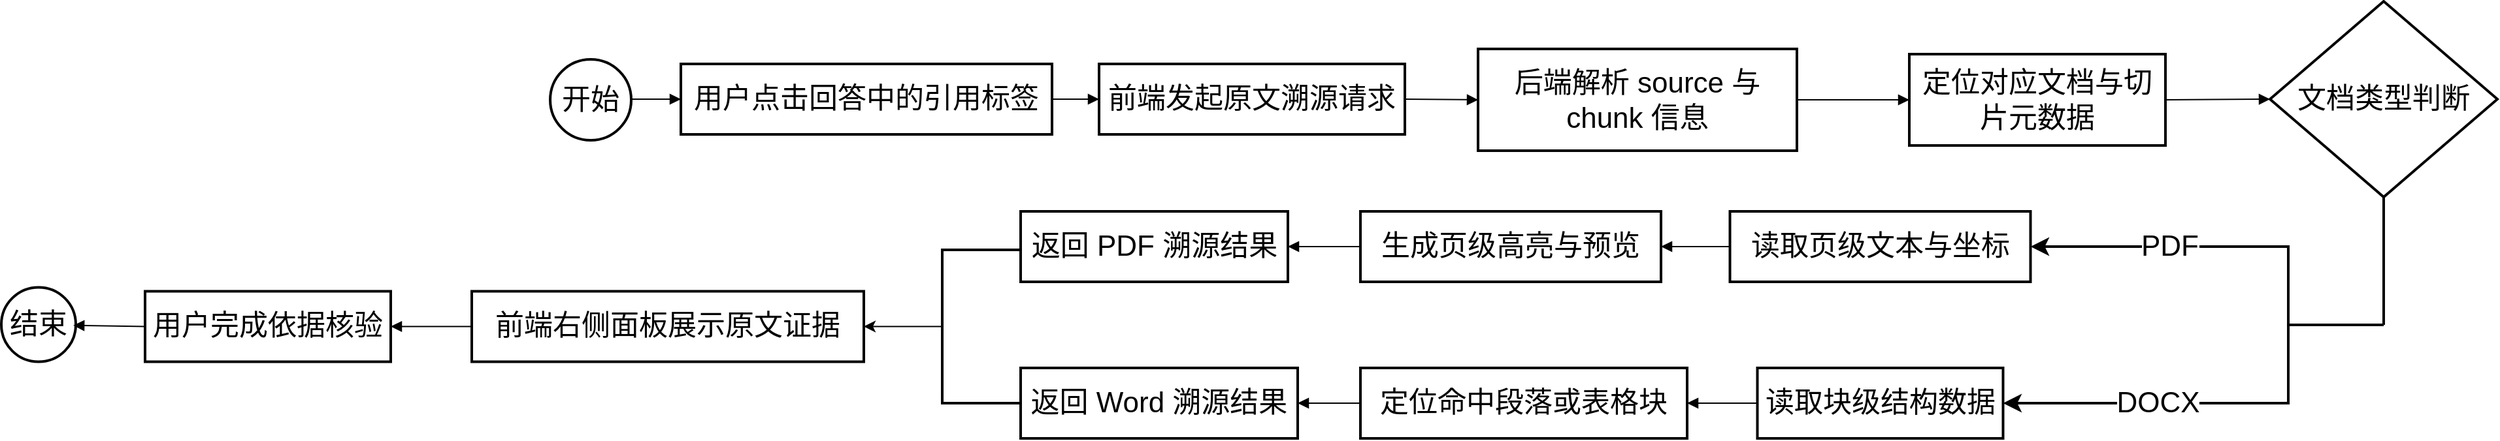
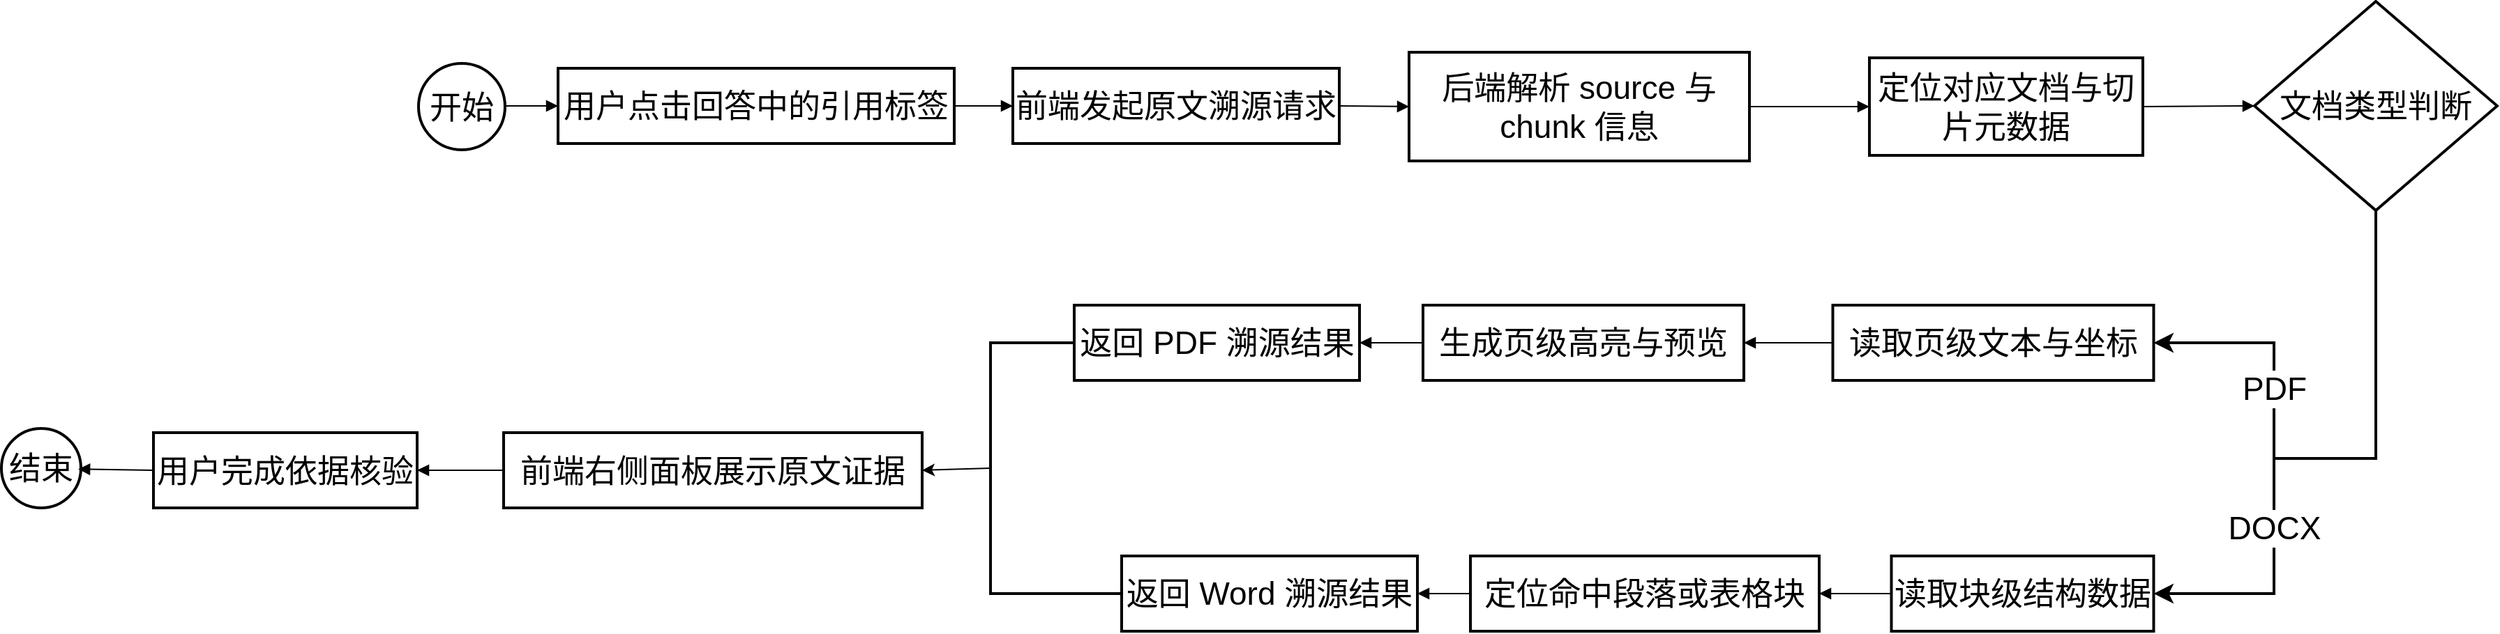
<mxfile host="app.diagrams.net">
  <diagram name="第 1 页" id="R4FDS2qancBsaZZJmabc">
-     <mxGraphModel dx="2809" dy="1160" grid="1" gridSize="10" guides="1" tooltips="1" connect="1" arrows="1" fold="1" page="0" pageScale="1" pageWidth="827" pageHeight="1169" math="0" shadow="0">
+     <mxGraphModel dx="1376" dy="1159" grid="1" gridSize="10" guides="1" tooltips="1" connect="1" arrows="1" fold="1" page="0" pageScale="1" pageWidth="827" pageHeight="1169" math="0" shadow="0">
      <root>
        <mxCell id="0" />
        <mxCell id="1" parent="0" />
-         <mxCell id="LvuW3N7PDDmZqe9PuWqL-3" parent="1" style="ellipse;aspect=fixed;strokeWidth=2;whiteSpace=wrap;fontSize=22;strokeColor=default;" value="开始" vertex="1">
+         <mxCell id="LvuW3N7PDDmZqe9PuWqL-3" parent="1" style="ellipse;aspect=fixed;strokeWidth=2;whiteSpace=wrap;fontSize=23;strokeColor=default;" value="开始" vertex="1">
          <mxGeometry height="62" width="62" x="10" y="116.5" as="geometry" />
        </mxCell>
-         <mxCell id="LvuW3N7PDDmZqe9PuWqL-4" parent="1" style="whiteSpace=wrap;strokeWidth=2;fontSize=22;strokeColor=default;" value="用户点击回答中的引用标签" vertex="1">
+         <mxCell id="LvuW3N7PDDmZqe9PuWqL-4" parent="1" style="whiteSpace=wrap;strokeWidth=2;fontSize=23;strokeColor=default;" value="用户点击回答中的引用标签" vertex="1">
          <mxGeometry height="54" width="284" x="110" y="120" as="geometry" />
        </mxCell>
-         <mxCell id="LvuW3N7PDDmZqe9PuWqL-5" parent="1" style="whiteSpace=wrap;strokeWidth=2;fontSize=22;strokeColor=default;" value="前端发起原文溯源请求" vertex="1">
-           <mxGeometry height="54" width="234" x="430" y="120" as="geometry" />
+         <mxCell id="LvuW3N7PDDmZqe9PuWqL-5" parent="1" style="whiteSpace=wrap;strokeWidth=2;fontSize=23;strokeColor=default;" value="前端发起原文溯源请求" vertex="1">
+           <mxGeometry height="54" width="234" x="436" y="120" as="geometry" />
        </mxCell>
-         <mxCell id="LvuW3N7PDDmZqe9PuWqL-6" parent="1" style="whiteSpace=wrap;strokeWidth=2;fontSize=22;strokeColor=default;" value="后端解析 source 与 chunk 信息" vertex="1">
+         <mxCell id="LvuW3N7PDDmZqe9PuWqL-6" parent="1" style="whiteSpace=wrap;strokeWidth=2;fontSize=23;strokeColor=default;" value="后端解析 source 与 chunk 信息" vertex="1">
          <mxGeometry height="78" width="244" x="720" y="108.5" as="geometry" />
        </mxCell>
-         <mxCell id="LvuW3N7PDDmZqe9PuWqL-7" parent="1" style="whiteSpace=wrap;strokeWidth=2;fontSize=22;strokeColor=default;" value="定位对应文档与切片元数据" vertex="1">
+         <mxCell id="LvuW3N7PDDmZqe9PuWqL-7" parent="1" style="whiteSpace=wrap;strokeWidth=2;fontSize=23;strokeColor=default;" value="定位对应文档与切片元数据" vertex="1">
          <mxGeometry height="70" width="196" x="1050" y="112.5" as="geometry" />
        </mxCell>
-         <mxCell id="LvuW3N7PDDmZqe9PuWqL-8" parent="1" style="rhombus;strokeWidth=2;whiteSpace=wrap;fontSize=22;strokeColor=default;" value="文档类型判断" vertex="1">
+         <mxCell id="LvuW3N7PDDmZqe9PuWqL-8" parent="1" style="rhombus;strokeWidth=2;whiteSpace=wrap;fontSize=23;strokeColor=default;" value="文档类型判断" vertex="1">
          <mxGeometry height="150" width="174" x="1326" y="72" as="geometry" />
        </mxCell>
-         <mxCell id="LvuW3N7PDDmZqe9PuWqL-9" parent="1" style="whiteSpace=wrap;strokeWidth=2;fontSize=22;strokeColor=default;" value="读取页级文本与坐标" vertex="1">
-           <mxGeometry height="54" width="230" x="912.75" y="233" as="geometry" />
+         <mxCell id="LvuW3N7PDDmZqe9PuWqL-9" parent="1" style="whiteSpace=wrap;strokeWidth=2;fontSize=23;strokeColor=default;" value="读取页级文本与坐标" vertex="1">
+           <mxGeometry height="54" width="230" x="1023.75" y="290" as="geometry" />
        </mxCell>
-         <mxCell id="LvuW3N7PDDmZqe9PuWqL-10" parent="1" style="whiteSpace=wrap;strokeWidth=2;fontSize=22;strokeColor=default;" value="读取块级结构数据" vertex="1">
-           <mxGeometry height="54" width="188" x="933.75" y="353" as="geometry" />
+         <mxCell id="LvuW3N7PDDmZqe9PuWqL-10" parent="1" style="whiteSpace=wrap;strokeWidth=2;fontSize=23;strokeColor=default;" value="读取块级结构数据" vertex="1">
+           <mxGeometry height="54" width="188" x="1065.75" y="470" as="geometry" />
        </mxCell>
-         <mxCell id="LvuW3N7PDDmZqe9PuWqL-11" parent="1" style="whiteSpace=wrap;strokeWidth=2;fontSize=22;strokeColor=default;" value="生成页级高亮与预览" vertex="1">
-           <mxGeometry height="54" width="230" x="630" y="233" as="geometry" />
+         <mxCell id="LvuW3N7PDDmZqe9PuWqL-11" parent="1" style="whiteSpace=wrap;strokeWidth=2;fontSize=23;strokeColor=default;" value="生成页级高亮与预览" vertex="1">
+           <mxGeometry height="54" width="230" x="730" y="290" as="geometry" />
        </mxCell>
-         <mxCell id="LvuW3N7PDDmZqe9PuWqL-12" parent="1" style="whiteSpace=wrap;strokeWidth=2;fontSize=22;strokeColor=default;" value="返回 PDF 溯源结果" vertex="1">
-           <mxGeometry height="54" width="204.5" x="370" y="233" as="geometry" />
+         <mxCell id="LvuW3N7PDDmZqe9PuWqL-12" parent="1" style="whiteSpace=wrap;strokeWidth=2;fontSize=23;strokeColor=default;" value="返回 PDF 溯源结果" vertex="1">
+           <mxGeometry height="54" width="204.5" x="480" y="290" as="geometry" />
        </mxCell>
-         <mxCell id="LvuW3N7PDDmZqe9PuWqL-13" parent="1" style="whiteSpace=wrap;strokeWidth=2;fontSize=22;strokeColor=default;" value="定位命中段落或表格块" vertex="1">
-           <mxGeometry height="54" width="250" x="630" y="353" as="geometry" />
+         <mxCell id="LvuW3N7PDDmZqe9PuWqL-13" parent="1" style="whiteSpace=wrap;strokeWidth=2;fontSize=23;strokeColor=default;" value="定位命中段落或表格块" vertex="1">
+           <mxGeometry height="54" width="250" x="764" y="470" as="geometry" />
        </mxCell>
-         <mxCell id="LvuW3N7PDDmZqe9PuWqL-14" parent="1" style="whiteSpace=wrap;strokeWidth=2;fontSize=22;strokeColor=default;" value="返回 Word 溯源结果" vertex="1">
-           <mxGeometry height="54" width="212" x="370" y="353" as="geometry" />
+         <mxCell id="LvuW3N7PDDmZqe9PuWqL-14" parent="1" style="whiteSpace=wrap;strokeWidth=2;fontSize=23;strokeColor=default;" value="返回 Word 溯源结果" vertex="1">
+           <mxGeometry height="54" width="212" x="514" y="470" as="geometry" />
        </mxCell>
-         <mxCell id="LvuW3N7PDDmZqe9PuWqL-15" parent="1" style="whiteSpace=wrap;strokeWidth=2;fontSize=22;strokeColor=default;" value="前端右侧面板展示原文证据" vertex="1">
-           <mxGeometry height="54" width="300" x="-50" y="294.25" as="geometry" />
+         <mxCell id="LvuW3N7PDDmZqe9PuWqL-15" parent="1" style="whiteSpace=wrap;strokeWidth=2;fontSize=23;strokeColor=default;" value="前端右侧面板展示原文证据" vertex="1">
+           <mxGeometry height="54" width="300" x="71" y="381.5" as="geometry" />
        </mxCell>
-         <mxCell id="LvuW3N7PDDmZqe9PuWqL-16" parent="1" style="whiteSpace=wrap;strokeWidth=2;fontSize=22;strokeColor=default;" value="用户完成依据核验" vertex="1">
-           <mxGeometry height="54" width="188" x="-300" y="294.25" as="geometry" />
+         <mxCell id="LvuW3N7PDDmZqe9PuWqL-16" parent="1" style="whiteSpace=wrap;strokeWidth=2;fontSize=23;strokeColor=default;" value="用户完成依据核验" vertex="1">
+           <mxGeometry height="54" width="189" x="-180" y="381.5" as="geometry" />
        </mxCell>
-         <mxCell id="LvuW3N7PDDmZqe9PuWqL-17" parent="1" style="ellipse;aspect=fixed;strokeWidth=2;whiteSpace=wrap;fontSize=22;strokeColor=default;" value="结束" vertex="1">
-           <mxGeometry height="57" width="57" x="-410" y="291.25" as="geometry" />
+         <mxCell id="LvuW3N7PDDmZqe9PuWqL-17" parent="1" style="ellipse;aspect=fixed;strokeWidth=2;whiteSpace=wrap;fontSize=23;strokeColor=default;" value="结束" vertex="1">
+           <mxGeometry height="57" width="57" x="-289" y="378.5" as="geometry" />
        </mxCell>
-         <mxCell id="LvuW3N7PDDmZqe9PuWqL-18" edge="1" parent="1" source="LvuW3N7PDDmZqe9PuWqL-3" style="curved=1;startArrow=none;endArrow=block;exitX=1;exitY=0.49;entryX=0;entryY=0.5;rounded=0;fontSize=22;strokeColor=default;" target="LvuW3N7PDDmZqe9PuWqL-4" value="">
+         <mxCell id="LvuW3N7PDDmZqe9PuWqL-18" edge="1" parent="1" source="LvuW3N7PDDmZqe9PuWqL-3" style="curved=1;startArrow=none;endArrow=block;exitX=1;exitY=0.49;entryX=0;entryY=0.5;rounded=0;fontSize=23;strokeColor=default;" target="LvuW3N7PDDmZqe9PuWqL-4" value="">
          <mxGeometry relative="1" as="geometry">
            <Array as="points" />
          </mxGeometry>
        </mxCell>
-         <mxCell id="LvuW3N7PDDmZqe9PuWqL-19" edge="1" parent="1" source="LvuW3N7PDDmZqe9PuWqL-4" style="curved=1;startArrow=none;endArrow=block;exitX=1;exitY=0.5;entryX=0;entryY=0.5;rounded=0;fontSize=22;strokeColor=default;" target="LvuW3N7PDDmZqe9PuWqL-5" value="">
+         <mxCell id="LvuW3N7PDDmZqe9PuWqL-19" edge="1" parent="1" source="LvuW3N7PDDmZqe9PuWqL-4" style="curved=1;startArrow=none;endArrow=block;exitX=1;exitY=0.5;entryX=0;entryY=0.5;rounded=0;fontSize=23;strokeColor=default;" target="LvuW3N7PDDmZqe9PuWqL-5" value="">
          <mxGeometry relative="1" as="geometry">
            <Array as="points" />
          </mxGeometry>
        </mxCell>
-         <mxCell id="LvuW3N7PDDmZqe9PuWqL-20" edge="1" parent="1" source="LvuW3N7PDDmZqe9PuWqL-5" style="curved=1;startArrow=none;endArrow=block;exitX=1;exitY=0.5;entryX=0;entryY=0.5;rounded=0;fontSize=22;strokeColor=default;" target="LvuW3N7PDDmZqe9PuWqL-6" value="">
+         <mxCell id="LvuW3N7PDDmZqe9PuWqL-20" edge="1" parent="1" source="LvuW3N7PDDmZqe9PuWqL-5" style="curved=1;startArrow=none;endArrow=block;exitX=1;exitY=0.5;entryX=0;entryY=0.5;rounded=0;fontSize=23;strokeColor=default;" target="LvuW3N7PDDmZqe9PuWqL-6" value="">
          <mxGeometry relative="1" as="geometry">
            <Array as="points" />
          </mxGeometry>
        </mxCell>
-         <mxCell id="LvuW3N7PDDmZqe9PuWqL-21" edge="1" parent="1" source="LvuW3N7PDDmZqe9PuWqL-6" style="curved=1;startArrow=none;endArrow=block;exitX=1;exitY=0.5;entryX=0;entryY=0.5;rounded=0;fontSize=22;strokeColor=default;" target="LvuW3N7PDDmZqe9PuWqL-7" value="">
+         <mxCell id="LvuW3N7PDDmZqe9PuWqL-21" edge="1" parent="1" source="LvuW3N7PDDmZqe9PuWqL-6" style="curved=1;startArrow=none;endArrow=block;exitX=1;exitY=0.5;entryX=0;entryY=0.5;rounded=0;fontSize=23;strokeColor=default;" target="LvuW3N7PDDmZqe9PuWqL-7" value="">
          <mxGeometry relative="1" as="geometry">
            <Array as="points" />
          </mxGeometry>
        </mxCell>
-         <mxCell id="LvuW3N7PDDmZqe9PuWqL-22" edge="1" parent="1" source="LvuW3N7PDDmZqe9PuWqL-7" style="curved=1;startArrow=none;endArrow=block;exitX=1;exitY=0.5;entryX=0;entryY=0.5;rounded=0;fontSize=22;strokeColor=default;" target="LvuW3N7PDDmZqe9PuWqL-8" value="">
+         <mxCell id="LvuW3N7PDDmZqe9PuWqL-22" edge="1" parent="1" source="LvuW3N7PDDmZqe9PuWqL-7" style="curved=1;startArrow=none;endArrow=block;exitX=1;exitY=0.5;entryX=0;entryY=0.5;rounded=0;fontSize=23;strokeColor=default;" target="LvuW3N7PDDmZqe9PuWqL-8" value="">
          <mxGeometry relative="1" as="geometry">
            <Array as="points" />
          </mxGeometry>
        </mxCell>
-         <mxCell id="LvuW3N7PDDmZqe9PuWqL-25" edge="1" parent="1" source="LvuW3N7PDDmZqe9PuWqL-9" style="curved=1;startArrow=none;endArrow=block;exitX=0;exitY=0.5;rounded=0;fontSize=22;strokeColor=default;exitDx=0;exitDy=0;entryX=1;entryY=0.5;entryDx=0;entryDy=0;" target="LvuW3N7PDDmZqe9PuWqL-11" value="">
+         <mxCell id="LvuW3N7PDDmZqe9PuWqL-25" edge="1" parent="1" source="LvuW3N7PDDmZqe9PuWqL-9" style="curved=1;startArrow=none;endArrow=block;exitX=0;exitY=0.5;rounded=0;fontSize=23;strokeColor=default;exitDx=0;exitDy=0;entryX=1;entryY=0.5;entryDx=0;entryDy=0;" target="LvuW3N7PDDmZqe9PuWqL-11" value="">
          <mxGeometry relative="1" as="geometry">
            <Array as="points" />
          </mxGeometry>
        </mxCell>
-         <mxCell id="LvuW3N7PDDmZqe9PuWqL-26" edge="1" parent="1" source="LvuW3N7PDDmZqe9PuWqL-11" style="curved=1;startArrow=none;endArrow=block;exitX=0;exitY=0.5;entryX=1;entryY=0.5;rounded=0;fontSize=22;strokeColor=default;exitDx=0;exitDy=0;entryDx=0;entryDy=0;" target="LvuW3N7PDDmZqe9PuWqL-12" value="">
+         <mxCell id="LvuW3N7PDDmZqe9PuWqL-26" edge="1" parent="1" source="LvuW3N7PDDmZqe9PuWqL-11" style="curved=1;startArrow=none;endArrow=block;exitX=0;exitY=0.5;entryX=1;entryY=0.5;rounded=0;fontSize=23;strokeColor=default;exitDx=0;exitDy=0;entryDx=0;entryDy=0;" target="LvuW3N7PDDmZqe9PuWqL-12" value="">
          <mxGeometry relative="1" as="geometry">
            <Array as="points" />
          </mxGeometry>
        </mxCell>
-         <mxCell id="LvuW3N7PDDmZqe9PuWqL-27" edge="1" parent="1" source="LvuW3N7PDDmZqe9PuWqL-10" style="curved=1;startArrow=none;endArrow=block;exitX=0;exitY=0.5;entryX=1;entryY=0.5;rounded=0;fontSize=22;strokeColor=default;exitDx=0;exitDy=0;entryDx=0;entryDy=0;" target="LvuW3N7PDDmZqe9PuWqL-13" value="">
+         <mxCell id="LvuW3N7PDDmZqe9PuWqL-27" edge="1" parent="1" source="LvuW3N7PDDmZqe9PuWqL-10" style="curved=1;startArrow=none;endArrow=block;exitX=0;exitY=0.5;entryX=1;entryY=0.5;rounded=0;fontSize=23;strokeColor=default;exitDx=0;exitDy=0;entryDx=0;entryDy=0;" target="LvuW3N7PDDmZqe9PuWqL-13" value="">
          <mxGeometry relative="1" as="geometry">
            <Array as="points" />
          </mxGeometry>
        </mxCell>
-         <mxCell id="LvuW3N7PDDmZqe9PuWqL-28" edge="1" parent="1" source="LvuW3N7PDDmZqe9PuWqL-13" style="curved=1;startArrow=none;endArrow=block;exitX=0;exitY=0.5;entryX=1;entryY=0.5;rounded=0;fontSize=22;strokeColor=default;exitDx=0;exitDy=0;entryDx=0;entryDy=0;" target="LvuW3N7PDDmZqe9PuWqL-14" value="">
+         <mxCell id="LvuW3N7PDDmZqe9PuWqL-28" edge="1" parent="1" source="LvuW3N7PDDmZqe9PuWqL-13" style="curved=1;startArrow=none;endArrow=block;exitX=0;exitY=0.5;entryX=1;entryY=0.5;rounded=0;fontSize=23;strokeColor=default;exitDx=0;exitDy=0;entryDx=0;entryDy=0;" target="LvuW3N7PDDmZqe9PuWqL-14" value="">
          <mxGeometry relative="1" as="geometry">
            <Array as="points" />
          </mxGeometry>
        </mxCell>
-         <mxCell id="LvuW3N7PDDmZqe9PuWqL-31" edge="1" parent="1" source="LvuW3N7PDDmZqe9PuWqL-15" style="curved=1;startArrow=none;endArrow=block;exitX=0;exitY=0.5;rounded=0;fontSize=22;strokeColor=default;exitDx=0;exitDy=0;entryX=1;entryY=0.5;entryDx=0;entryDy=0;" target="LvuW3N7PDDmZqe9PuWqL-16" value="">
+         <mxCell id="LvuW3N7PDDmZqe9PuWqL-31" edge="1" parent="1" source="LvuW3N7PDDmZqe9PuWqL-15" style="curved=1;startArrow=none;endArrow=block;exitX=0;exitY=0.5;rounded=0;fontSize=23;strokeColor=default;exitDx=0;exitDy=0;entryX=1;entryY=0.5;entryDx=0;entryDy=0;" target="LvuW3N7PDDmZqe9PuWqL-16" value="">
          <mxGeometry relative="1" as="geometry">
            <Array as="points" />
-             <mxPoint x="-470" y="307" as="targetPoint" />
+             <mxPoint x="-349" y="394.25" as="targetPoint" />
          </mxGeometry>
        </mxCell>
-         <mxCell id="LvuW3N7PDDmZqe9PuWqL-32" edge="1" parent="1" source="LvuW3N7PDDmZqe9PuWqL-16" style="curved=1;startArrow=none;endArrow=block;exitX=0;exitY=0.5;rounded=0;fontSize=22;strokeColor=default;exitDx=0;exitDy=0;entryX=0.966;entryY=0.512;entryDx=0;entryDy=0;entryPerimeter=0;" target="LvuW3N7PDDmZqe9PuWqL-17" value="">
+         <mxCell id="LvuW3N7PDDmZqe9PuWqL-32" edge="1" parent="1" source="LvuW3N7PDDmZqe9PuWqL-16" style="curved=1;startArrow=none;endArrow=block;exitX=0;exitY=0.5;rounded=0;fontSize=23;strokeColor=default;exitDx=0;exitDy=0;entryX=0.966;entryY=0.512;entryDx=0;entryDy=0;entryPerimeter=0;" target="LvuW3N7PDDmZqe9PuWqL-17" value="">
          <mxGeometry relative="1" as="geometry">
            <Array as="points" />
-             <mxPoint x="-610" y="314" as="targetPoint" />
+             <mxPoint x="-489" y="401.25" as="targetPoint" />
          </mxGeometry>
        </mxCell>
-         <mxCell id="LvuW3N7PDDmZqe9PuWqL-42" parent="1" style="strokeWidth=2;html=1;shape=mxgraph.flowchart.annotation_1;align=left;pointerEvents=1;direction=east;" value="" vertex="1">
-           <mxGeometry height="117.5" width="60" x="310" y="262.5" as="geometry" />
+         <mxCell id="LvuW3N7PDDmZqe9PuWqL-42" parent="1" style="strokeWidth=2;html=1;shape=mxgraph.flowchart.annotation_1;align=left;pointerEvents=1;direction=east;fontSize=23;" value="" vertex="1">
+           <mxGeometry height="180" width="60" x="420" y="317" as="geometry" />
        </mxCell>
-         <mxCell id="LvuW3N7PDDmZqe9PuWqL-44" edge="1" parent="1" source="LvuW3N7PDDmZqe9PuWqL-42" style="endArrow=classic;html=1;rounded=0;exitX=0;exitY=0.5;exitDx=0;exitDy=0;exitPerimeter=0;entryX=1;entryY=0.5;entryDx=0;entryDy=0;" target="LvuW3N7PDDmZqe9PuWqL-15" value="">
+         <mxCell id="LvuW3N7PDDmZqe9PuWqL-44" edge="1" parent="1" source="LvuW3N7PDDmZqe9PuWqL-42" style="endArrow=classic;html=1;rounded=0;exitX=0;exitY=0.5;exitDx=0;exitDy=0;exitPerimeter=0;entryX=1;entryY=0.5;entryDx=0;entryDy=0;fontSize=23;" target="LvuW3N7PDDmZqe9PuWqL-15" value="">
          <mxGeometry height="50" relative="1" width="50" as="geometry">
            <Array as="points" />
-             <mxPoint x="1429" y="644" as="sourcePoint" />
-             <mxPoint x="1460" y="690" as="targetPoint" />
+             <mxPoint x="1499" y="701" as="sourcePoint" />
+             <mxPoint x="1530" y="747" as="targetPoint" />
          </mxGeometry>
        </mxCell>
-         <mxCell id="LvuW3N7PDDmZqe9PuWqL-47" parent="1" style="line;strokeWidth=2;direction=south;html=1;" value="" vertex="1">
+         <mxCell id="LvuW3N7PDDmZqe9PuWqL-47" parent="1" style="line;strokeWidth=2;direction=south;html=1;fontSize=23;" value="" vertex="1">
          <mxGeometry height="98" width="10" x="1408" y="222" as="geometry" />
        </mxCell>
-         <mxCell id="LvuW3N7PDDmZqe9PuWqL-48" edge="1" parent="1" source="LvuW3N7PDDmZqe9PuWqL-47" style="edgeStyle=segmentEdgeStyle;endArrow=classic;html=1;curved=0;rounded=0;endSize=8;startSize=8;exitX=1;exitY=0.5;exitDx=0;exitDy=0;exitPerimeter=0;strokeWidth=2;entryX=1;entryY=0.5;entryDx=0;entryDy=0;" target="LvuW3N7PDDmZqe9PuWqL-10" value="">
+         <mxCell id="LvuW3N7PDDmZqe9PuWqL-48" edge="1" parent="1" source="LvuW3N7PDDmZqe9PuWqL-47" style="edgeStyle=segmentEdgeStyle;endArrow=classic;html=1;curved=0;rounded=0;endSize=8;startSize=8;exitX=1;exitY=0.5;exitDx=0;exitDy=0;exitPerimeter=0;strokeWidth=2;entryX=1;entryY=0.5;entryDx=0;entryDy=0;fontSize=23;" target="LvuW3N7PDDmZqe9PuWqL-10" value="">
          <mxGeometry height="50" relative="1" width="50" as="geometry">
            <Array as="points">
-               <mxPoint x="1340" y="320" />
-               <mxPoint x="1340" y="380" />
+               <mxPoint x="1413" y="400" />
+               <mxPoint x="1340" y="400" />
+               <mxPoint x="1340" y="497" />
            </Array>
            <mxPoint x="1420" y="367" as="sourcePoint" />
            <mxPoint x="1150" y="380" as="targetPoint" />
          </mxGeometry>
        </mxCell>
-         <mxCell id="LvuW3N7PDDmZqe9PuWqL-52" connectable="0" parent="LvuW3N7PDDmZqe9PuWqL-48" style="edgeLabel;html=1;align=center;verticalAlign=middle;resizable=0;points=[];" value="&lt;font style=&quot;font-size: 22px;&quot;&gt;DOCX&lt;/font&gt;" vertex="1">
+         <mxCell id="LvuW3N7PDDmZqe9PuWqL-52" connectable="0" parent="LvuW3N7PDDmZqe9PuWqL-48" style="edgeLabel;html=1;align=center;verticalAlign=middle;resizable=0;points=[];fontSize=23;" value="&lt;font&gt;DOCX&lt;/font&gt;" vertex="1">
          <mxGeometry relative="1" x="0.3293" as="geometry">
+             <mxPoint y="-21" as="offset" />
+           </mxGeometry>
+         </mxCell>
+         <mxCell id="LvuW3N7PDDmZqe9PuWqL-53" edge="1" parent="1" style="edgeStyle=segmentEdgeStyle;endArrow=classic;html=1;curved=0;rounded=0;endSize=8;startSize=8;entryX=1;entryY=0.5;entryDx=0;entryDy=0;strokeWidth=2;fontSize=23;" target="LvuW3N7PDDmZqe9PuWqL-9" value="">
+           <mxGeometry height="50" relative="1" width="50" as="geometry">
+             <Array as="points">
+               <mxPoint x="1340" y="400" />
+               <mxPoint x="1340" y="317" />
+             </Array>
+             <mxPoint x="1410" y="400" as="sourcePoint" />
+             <mxPoint x="1120" y="300" as="targetPoint" />
+           </mxGeometry>
+         </mxCell>
+         <mxCell id="LvuW3N7PDDmZqe9PuWqL-54" connectable="0" parent="LvuW3N7PDDmZqe9PuWqL-53" style="edgeLabel;html=1;align=center;verticalAlign=middle;resizable=0;points=[];fontSize=23;" value="&lt;font&gt;PDF&lt;/font&gt;" vertex="1">
+           <mxGeometry relative="1" x="0.0031" as="geometry">
            <mxPoint as="offset" />
          </mxGeometry>
        </mxCell>
-         <mxCell id="LvuW3N7PDDmZqe9PuWqL-49" edge="1" parent="1" style="edgeStyle=segmentEdgeStyle;endArrow=classic;html=1;curved=0;rounded=0;endSize=8;startSize=8;entryX=1;entryY=0.5;entryDx=0;entryDy=0;strokeWidth=2;" target="LvuW3N7PDDmZqe9PuWqL-9" value="">
-           <mxGeometry height="50" relative="1" width="50" as="geometry">
-             <Array as="points">
-               <mxPoint x="1340" y="260" />
-               <mxPoint x="1143" y="260" />
-             </Array>
-             <mxPoint x="1340" y="320" as="sourcePoint" />
-             <mxPoint x="1100" y="280" as="targetPoint" />
-           </mxGeometry>
-         </mxCell>
-         <mxCell id="LvuW3N7PDDmZqe9PuWqL-50" connectable="0" parent="LvuW3N7PDDmZqe9PuWqL-49" style="edgeLabel;html=1;align=center;verticalAlign=middle;resizable=0;points=[];" value="&lt;font style=&quot;font-size: 22px;&quot;&gt;PDF&lt;/font&gt;" vertex="1">
-           <mxGeometry relative="1" x="-0.0778" as="geometry">
-             <mxPoint x="-33" as="offset" />
-           </mxGeometry>
+         <mxCell id="LvuW3N7PDDmZqe9PuWqL-56" parent="1" style="line;strokeWidth=2;html=1;fontSize=23;" value="" vertex="1">
+           <mxGeometry height="10" width="95" x="420" y="492" as="geometry" />
        </mxCell>
      </root>
    </mxGraphModel>
  </diagram>
</mxfile>
